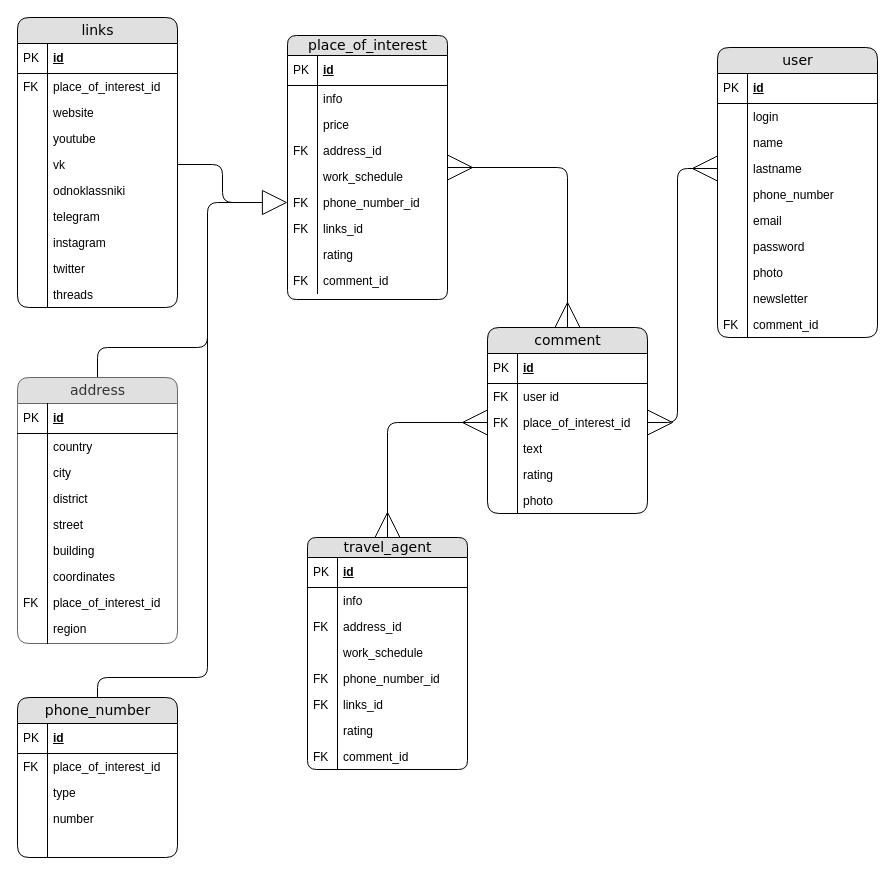
Above: diagram/ERD.drawio in RinaBoni/travel_helper (draw.io), before the change. Source tidied: cells renumbered, new cells numbered last; positions are measured from the earlier drawing's top-left corner, leaving out a move shared by most shapes. Both pictures are drawn from the tidied source at 100%, with x=0, y=0 at pixel (17, 17).
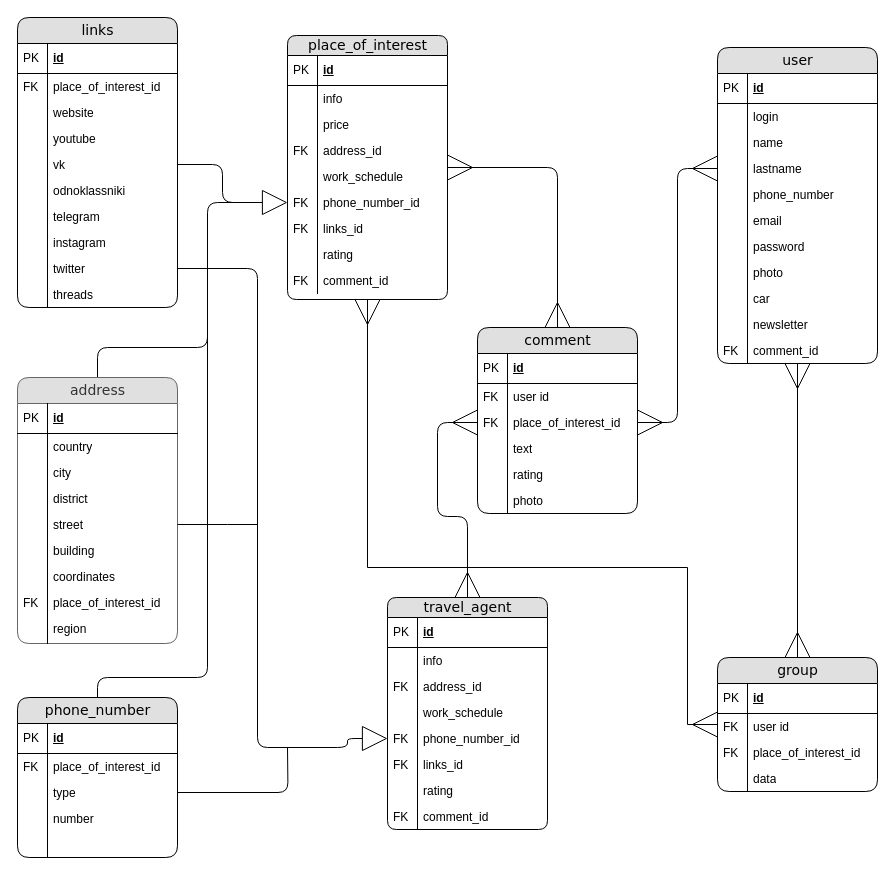
Above is the later version.

Unchanged cells that the change refers to:
```xml
<mxCell id="3" value="place_of_interest" style="swimlane;html=1;fontStyle=0;horizontal=1;startSize=20;fillColor=#e0e0e0;swimlaneFillColor=#ffffff;align=center;rounded=1;shadow=0;comic=0;labelBackgroundColor=none;strokeWidth=1;fontFamily=Verdana;fontSize=14;glass=0;swimlaneLine=1;" parent="1" vertex="1">
  <mxGeometry x="270" y="18" width="160" height="264" as="geometry" />
</mxCell>
<mxCell id="73" value="twitter" style="shape=partialRectangle;top=0;left=0;right=0;bottom=0;html=1;align=left;verticalAlign=top;fillColor=none;spacingLeft=34;spacingRight=4;whiteSpace=wrap;overflow=hidden;points=[[0,0.5],[1,0.5]];portConstraint=eastwest;" parent="56" vertex="1">
  <mxGeometry y="238" width="160" height="26" as="geometry" />
</mxCell>
<mxCell id="79" value="address" style="swimlane;html=1;fontStyle=0;horizontal=1;startSize=26;swimlaneFillColor=#ffffff;align=center;rounded=1;shadow=0;comic=0;labelBackgroundColor=none;strokeWidth=1;fontFamily=Verdana;fontSize=14;fillColor=#E0E0E0;strokeColor=#666666;fontColor=#333333;" parent="1" vertex="1">
  <mxGeometry y="360" width="160" height="266" as="geometry" />
</mxCell>
<mxCell id="88" value="street&amp;nbsp;" style="shape=partialRectangle;top=0;left=0;right=0;bottom=0;html=1;align=left;verticalAlign=top;fillColor=none;spacingLeft=34;spacingRight=4;whiteSpace=wrap;overflow=hidden;points=[[0,0.5],[1,0.5]];portConstraint=eastwest;" parent="79" vertex="1">
  <mxGeometry y="134" width="160" height="26" as="geometry" />
</mxCell>
<mxCell id="99" value="phone_number" style="swimlane;html=1;fontStyle=0;horizontal=1;startSize=26;fillColor=#e0e0e0;swimlaneFillColor=#ffffff;align=center;rounded=1;shadow=0;comic=0;labelBackgroundColor=none;strokeWidth=1;fontFamily=Verdana;fontSize=14;" parent="1" vertex="1">
  <mxGeometry y="680" width="160" height="160" as="geometry" />
</mxCell>
<mxCell id="104" value="type" style="shape=partialRectangle;top=0;left=0;right=0;bottom=0;html=1;align=left;verticalAlign=top;fillColor=none;spacingLeft=34;spacingRight=4;whiteSpace=wrap;overflow=hidden;points=[[0,0.5],[1,0.5]];portConstraint=eastwest;" parent="99" vertex="1">
  <mxGeometry y="82" width="160" height="26" as="geometry" />
</mxCell>
<mxCell id="120" value="phone_number_id" style="shape=partialRectangle;top=0;left=0;right=0;bottom=0;html=1;align=left;verticalAlign=top;fillColor=none;spacingLeft=34;spacingRight=4;whiteSpace=wrap;overflow=hidden;points=[[0,0.5],[1,0.5]];portConstraint=eastwest;" parent="111" vertex="1">
  <mxGeometry y="128" width="160" height="26" as="geometry" />
</mxCell>
```

Diff of the diagram source:
```diff
@@
     <mxCell id="22" value="comment" style="swimlane;html=1;fontStyle=0;horizontal=1;startSize=26;fillColor=#e0e0e0;swimlaneFillColor=#ffffff;align=center;rounded=1;shadow=0;comic=0;labelBackgroundColor=none;strokeWidth=1;fontFamily=Verdana;fontSize=14;" parent="1" vertex="1">
-      <mxGeometry x="470" y="310" width="160" height="186" as="geometry" />
+      <mxGeometry x="460" y="310" width="160" height="186" as="geometry" />
     </mxCell>
@@
+    <mxCell id="129" style="edgeStyle=orthogonalEdgeStyle;rounded=0;jettySize=auto;html=1;entryX=0.5;entryY=0;entryDx=0;entryDy=0;startArrow=ERmany;startFill=0;endArrow=ERmany;endFill=0;endSize=23;startSize=23;" parent="1" edge="1" source="35" target="136">
+      <mxGeometry relative="1" as="geometry" />
+    </mxCell>
     <mxCell id="35" value="user" style="swimlane;html=1;fontStyle=0;horizontal=1;startSize=26;fillColor=#e0e0e0;swimlaneFillColor=#ffffff;align=center;rounded=1;shadow=0;comic=0;labelBackgroundColor=none;strokeWidth=1;fontFamily=Verdana;fontSize=14;" parent="1" vertex="1">
-      <mxGeometry x="700" y="30" width="160" height="290" as="geometry" />
+      <mxGeometry x="700" y="30" width="160" height="316" as="geometry" />
     </mxCell>
@@
+    <mxCell id="130" value="car" style="shape=partialRectangle;top=0;left=0;right=0;bottom=0;html=1;align=left;verticalAlign=top;fillColor=none;spacingLeft=34;spacingRight=4;whiteSpace=wrap;overflow=hidden;" parent="35" vertex="1">
+      <mxGeometry y="238" width="160" height="26" as="geometry" />
+    </mxCell>
+    <mxCell id="131" style="shape=partialRectangle;top=0;left=0;bottom=0;html=1;fillColor=none;align=left;verticalAlign=top;spacingLeft=4;spacingRight=4;whiteSpace=wrap;overflow=hidden;" parent="130" vertex="1">
+      <mxGeometry width="30" height="26" as="geometry" />
+    </mxCell>
     <mxCell id="52" value="newsletter" style="shape=partialRectangle;top=0;left=0;right=0;bottom=0;html=1;align=left;verticalAlign=top;fillColor=none;spacingLeft=34;spacingRight=4;whiteSpace=wrap;overflow=hidden;" parent="35" vertex="1">
-      <mxGeometry y="238" width="160" height="26" as="geometry" />
+      <mxGeometry y="264" width="160" height="26" as="geometry" />
     </mxCell>
@@
     <mxCell id="54" value="comment_id" style="shape=partialRectangle;top=0;left=0;right=0;bottom=0;html=1;align=left;verticalAlign=top;fillColor=none;spacingLeft=34;spacingRight=4;whiteSpace=wrap;overflow=hidden;" parent="35" vertex="1">
-      <mxGeometry y="264" width="160" height="26" as="geometry" />
+      <mxGeometry y="290" width="160" height="26" as="geometry" />
     </mxCell>
@@
+    <mxCell id="132" style="edgeStyle=orthogonalEdgeStyle;rounded=1;jettySize=auto;html=1;endArrow=none;endFill=0;" parent="79" edge="1" source="88">
+      <mxGeometry relative="1" as="geometry">
+        <mxPoint x="240" y="147" as="targetPoint" />
+      </mxGeometry>
+    </mxCell>
@@
+    <mxCell id="133" style="edgeStyle=orthogonalEdgeStyle;rounded=1;jettySize=auto;html=1;endArrow=none;endFill=0;" parent="99" edge="1" source="104">
+      <mxGeometry relative="1" as="geometry">
+        <mxPoint x="270" y="50" as="targetPoint" />
+      </mxGeometry>
+    </mxCell>
@@
     <mxCell id="111" value="travel_agent" style="swimlane;html=1;fontStyle=0;horizontal=1;startSize=20;fillColor=#e0e0e0;swimlaneFillColor=#ffffff;align=center;rounded=1;shadow=0;comic=0;labelBackgroundColor=none;strokeWidth=1;fontFamily=Verdana;fontSize=14;glass=0;swimlaneLine=1;" parent="1" vertex="1">
-      <mxGeometry x="290" y="520" width="160" height="232" as="geometry" />
+      <mxGeometry x="370" y="580" width="160" height="232" as="geometry" />
     </mxCell>
@@
+    <mxCell id="134" style="edgeStyle=orthogonalEdgeStyle;rounded=1;jettySize=auto;html=1;entryX=0;entryY=0.5;entryDx=0;entryDy=0;endArrow=block;endFill=0;endSize=23;" parent="1" edge="1" source="73" target="120">
+      <mxGeometry relative="1" as="geometry">
+        <Array as="points">
+          <mxPoint x="240" y="251" />
+          <mxPoint x="240" y="730" />
+          <mxPoint x="330" y="730" />
+        </Array>
+      </mxGeometry>
+    </mxCell>
+    <mxCell id="135" style="edgeStyle=orthogonalEdgeStyle;rounded=0;jettySize=auto;html=1;entryX=0.5;entryY=1;entryDx=0;entryDy=0;startArrow=ERmany;startFill=0;endArrow=ERmany;endFill=0;endSize=23;startSize=23;" parent="1" edge="1" source="136" target="3">
+      <mxGeometry relative="1" as="geometry">
+        <Array as="points">
+          <mxPoint x="670" y="707" />
+          <mxPoint x="670" y="550" />
+          <mxPoint x="350" y="550" />
+        </Array>
+      </mxGeometry>
+    </mxCell>
+    <mxCell id="136" value="group" style="swimlane;html=1;fontStyle=0;horizontal=1;startSize=26;fillColor=#e0e0e0;swimlaneFillColor=#ffffff;align=center;rounded=1;shadow=0;comic=0;labelBackgroundColor=none;strokeWidth=1;fontFamily=Verdana;fontSize=14;" parent="1" vertex="1">
+      <mxGeometry x="700" y="640" width="160" height="134" as="geometry" />
+    </mxCell>
+    <mxCell id="137" value="id" style="shape=partialRectangle;top=0;left=0;right=0;bottom=1;html=1;align=left;verticalAlign=middle;fillColor=none;spacingLeft=34;spacingRight=4;whiteSpace=wrap;overflow=hidden;fontStyle=5;" parent="136" vertex="1">
+      <mxGeometry y="26" width="160" height="30" as="geometry" />
+    </mxCell>
+    <mxCell id="138" value="PK" style="shape=partialRectangle;top=0;left=0;bottom=0;html=1;fillColor=none;align=left;verticalAlign=middle;spacingLeft=4;spacingRight=4;whiteSpace=wrap;overflow=hidden;" parent="137" vertex="1">
+      <mxGeometry width="30" height="30" as="geometry" />
+    </mxCell>
+    <mxCell id="139" value="user id" style="shape=partialRectangle;top=0;left=0;right=0;bottom=0;html=1;align=left;verticalAlign=top;fillColor=none;spacingLeft=34;spacingRight=4;whiteSpace=wrap;overflow=hidden;" parent="136" vertex="1">
+      <mxGeometry y="56" width="160" height="26" as="geometry" />
+    </mxCell>
+    <mxCell id="140" value="FK" style="shape=partialRectangle;top=0;left=0;bottom=0;html=1;fillColor=none;align=left;verticalAlign=top;spacingLeft=4;spacingRight=4;whiteSpace=wrap;overflow=hidden;" parent="139" vertex="1">
+      <mxGeometry width="30" height="26" as="geometry" />
+    </mxCell>
+    <mxCell id="141" value="place_of_interest_id" style="shape=partialRectangle;top=0;left=0;right=0;bottom=0;html=1;align=left;verticalAlign=top;fillColor=none;spacingLeft=34;spacingRight=4;whiteSpace=wrap;overflow=hidden;" parent="136" vertex="1">
+      <mxGeometry y="82" width="160" height="26" as="geometry" />
+    </mxCell>
+    <mxCell id="142" value="FK" style="shape=partialRectangle;top=0;left=0;bottom=0;html=1;fillColor=none;align=left;verticalAlign=top;spacingLeft=4;spacingRight=4;whiteSpace=wrap;overflow=hidden;" parent="141" vertex="1">
+      <mxGeometry width="30" height="26" as="geometry" />
+    </mxCell>
+    <mxCell id="143" value="data" style="shape=partialRectangle;top=0;left=0;right=0;bottom=0;html=1;align=left;verticalAlign=top;fillColor=none;spacingLeft=34;spacingRight=4;whiteSpace=wrap;overflow=hidden;" parent="136" vertex="1">
+      <mxGeometry y="108" width="160" height="26" as="geometry" />
+    </mxCell>
+    <mxCell id="144" style="shape=partialRectangle;top=0;left=0;bottom=0;html=1;fillColor=none;align=left;verticalAlign=top;spacingLeft=4;spacingRight=4;whiteSpace=wrap;overflow=hidden;" parent="143" vertex="1">
+      <mxGeometry width="30" height="26" as="geometry" />
+    </mxCell>
```
